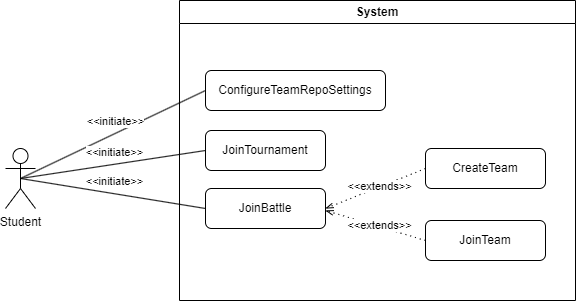
Before: RASD/Diagrams/use_case_student.png, a diagram exported from draw.io (TommasoCapacci/SEII-2024-Capacci-Ginestroni). Source tidied: cells renumbered, new cells last; positions are measured from the earlier drawing's top-left corner, leaving out a move shared by most shapes. Its diagram source:
```xml
<mxGraphModel>
  <root>
    <mxCell id="0" />
    <mxCell id="1" parent="0" />
    <mxCell id="2" value="Student" style="shape=umlActor;verticalLabelPosition=bottom;verticalAlign=top;html=1;outlineConnect=0;" parent="1" vertex="1">
      <mxGeometry y="148" width="30" height="60" as="geometry" />
    </mxCell>
    <mxCell id="3" value="ConfigureTeamRepoSettings" style="rounded=1;whiteSpace=wrap;html=1;" parent="1" vertex="1">
      <mxGeometry x="200" y="70" width="180" height="40" as="geometry" />
    </mxCell>
    <mxCell id="4" value="JoinTournament" style="rounded=1;whiteSpace=wrap;html=1;" parent="1" vertex="1">
      <mxGeometry x="200" y="130" width="120" height="40" as="geometry" />
    </mxCell>
    <mxCell id="5" value="JoinBattle" style="rounded=1;whiteSpace=wrap;html=1;" parent="1" vertex="1">
      <mxGeometry x="200" y="188" width="120" height="40" as="geometry" />
    </mxCell>
    <mxCell id="6" style="endArrow=none;html=1;rounded=0;entryX=0;entryY=0.5;entryDx=0;entryDy=0;exitX=0.5;exitY=0.5;exitDx=0;exitDy=0;exitPerimeter=0;" parent="1" edge="1" source="2" target="3">
      <mxGeometry relative="1" as="geometry" />
    </mxCell>
    <mxCell id="7" value="&amp;lt;&amp;lt;initiate&amp;gt;&amp;gt;" style="edgeLabel;html=1;align=center;verticalAlign=middle;" parent="6" vertex="1">
      <mxGeometry x="0.01" relative="1" as="geometry">
        <mxPoint y="-13" as="offset" />
      </mxGeometry>
    </mxCell>
    <mxCell id="8" style="endArrow=none;html=1;rounded=0;entryX=0;entryY=0.5;entryDx=0;entryDy=0;exitX=0.5;exitY=0.5;exitDx=0;exitDy=0;exitPerimeter=0;" parent="1" edge="1" source="2" target="4">
      <mxGeometry relative="1" as="geometry" />
    </mxCell>
    <mxCell id="9" value="&amp;lt;&amp;lt;initiate&amp;gt;&amp;gt;" style="edgeLabel;html=1;align=center;verticalAlign=middle;" parent="8" vertex="1">
      <mxGeometry x="0.01" relative="1" as="geometry">
        <mxPoint y="-13" as="offset" />
      </mxGeometry>
    </mxCell>
    <mxCell id="10" style="endArrow=none;html=1;rounded=0;entryX=0;entryY=0.5;entryDx=0;entryDy=0;exitX=0.5;exitY=0.5;exitDx=0;exitDy=0;exitPerimeter=0;" parent="1" edge="1" source="2" target="5">
      <mxGeometry relative="1" as="geometry" />
    </mxCell>
    <mxCell id="11" value="&amp;lt;&amp;lt;initiate&amp;gt;&amp;gt;" style="edgeLabel;html=1;align=center;verticalAlign=middle;" parent="10" vertex="1">
      <mxGeometry x="0.01" relative="1" as="geometry">
        <mxPoint y="-13" as="offset" />
      </mxGeometry>
    </mxCell>
    <mxCell id="12" value="CreateTeam" style="rounded=1;whiteSpace=wrap;html=1;" parent="1" vertex="1">
      <mxGeometry x="420" y="148" width="120" height="40" as="geometry" />
    </mxCell>
    <mxCell id="13" value="JoinTeam" style="rounded=1;whiteSpace=wrap;html=1;" parent="1" vertex="1">
      <mxGeometry x="420" y="220" width="120" height="40" as="geometry" />
    </mxCell>
    <mxCell id="14" style="fontSize=12;html=1;endFill=0;startFill=0;endSize=6;startSize=6;dashed=1;dashPattern=1 4;endArrow=openThin;startArrow=none;rounded=0;entryX=1;entryY=0.5;entryDx=0;entryDy=0;exitX=0;exitY=0.5;exitDx=0;exitDy=0;" parent="1" edge="1" source="12" target="5">
      <mxGeometry relative="1" as="geometry" />
    </mxCell>
    <mxCell id="15" value="&amp;lt;&amp;lt;extends&amp;gt;&amp;gt;" style="edgeLabel;html=1;align=center;verticalAlign=middle;" parent="14" vertex="1">
      <mxGeometry x="-0.05" y="-2" relative="1" as="geometry" />
    </mxCell>
    <mxCell id="16" style="fontSize=12;html=1;endFill=0;startFill=0;endSize=6;startSize=6;dashed=1;dashPattern=1 4;endArrow=openThin;startArrow=none;rounded=0;exitX=0;exitY=0.5;exitDx=0;exitDy=0;" parent="1" edge="1" source="13">
      <mxGeometry relative="1" as="geometry">
        <mxPoint x="320" y="210" as="targetPoint" />
      </mxGeometry>
    </mxCell>
    <mxCell id="17" value="&amp;lt;&amp;lt;extends&amp;gt;&amp;gt;" style="edgeLabel;html=1;align=center;verticalAlign=middle;" parent="16" vertex="1">
      <mxGeometry x="-0.05" y="-2" relative="1" as="geometry" />
    </mxCell>
    <mxCell id="18" value="System" style="swimlane;whiteSpace=wrap;html=1;" parent="1" vertex="1">
      <mxGeometry x="174" width="396" height="300" as="geometry" />
    </mxCell>
  </root>
</mxGraphModel>
```
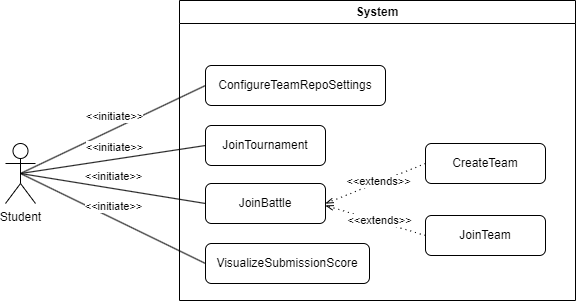
After the commit.

Commit message:
updated use case diagram

Change to the diagram source:
```diff
@@ -59,7 +59,18 @@
       <mxGeometry x="-0.05" y="-2" relative="1" as="geometry" />
     </mxCell>
     <mxCell id="18" value="System" style="swimlane;whiteSpace=wrap;html=1;" parent="1" vertex="1">
-      <mxGeometry x="174" width="396" height="300" as="geometry" />
+      <mxGeometry x="174" y="5" width="396" height="300" as="geometry" />
     </mxCell>
+    <mxCell id="19" value="VisualizeSubmissionScore" style="rounded=1;whiteSpace=wrap;html=1;" parent="18" vertex="1">
+      <mxGeometry x="26" y="243" width="164" height="40" as="geometry" />
+    </mxCell>
+    <mxCell id="20" style="endArrow=none;html=1;rounded=0;entryX=0;entryY=0.5;entryDx=0;entryDy=0;exitX=0.5;exitY=0.5;exitDx=0;exitDy=0;exitPerimeter=0;" parent="1" edge="1" source="2" target="19">
+      <mxGeometry relative="1" as="geometry" />
+    </mxCell>
+    <mxCell id="21" value="&amp;lt;&amp;lt;initiate&amp;gt;&amp;gt;" style="edgeLabel;html=1;align=center;verticalAlign=middle;" parent="20" vertex="1">
+      <mxGeometry x="0.01" relative="1" as="geometry">
+        <mxPoint y="-13" as="offset" />
+      </mxGeometry>
+    </mxCell>
   </root>
 </mxGraphModel>
```
